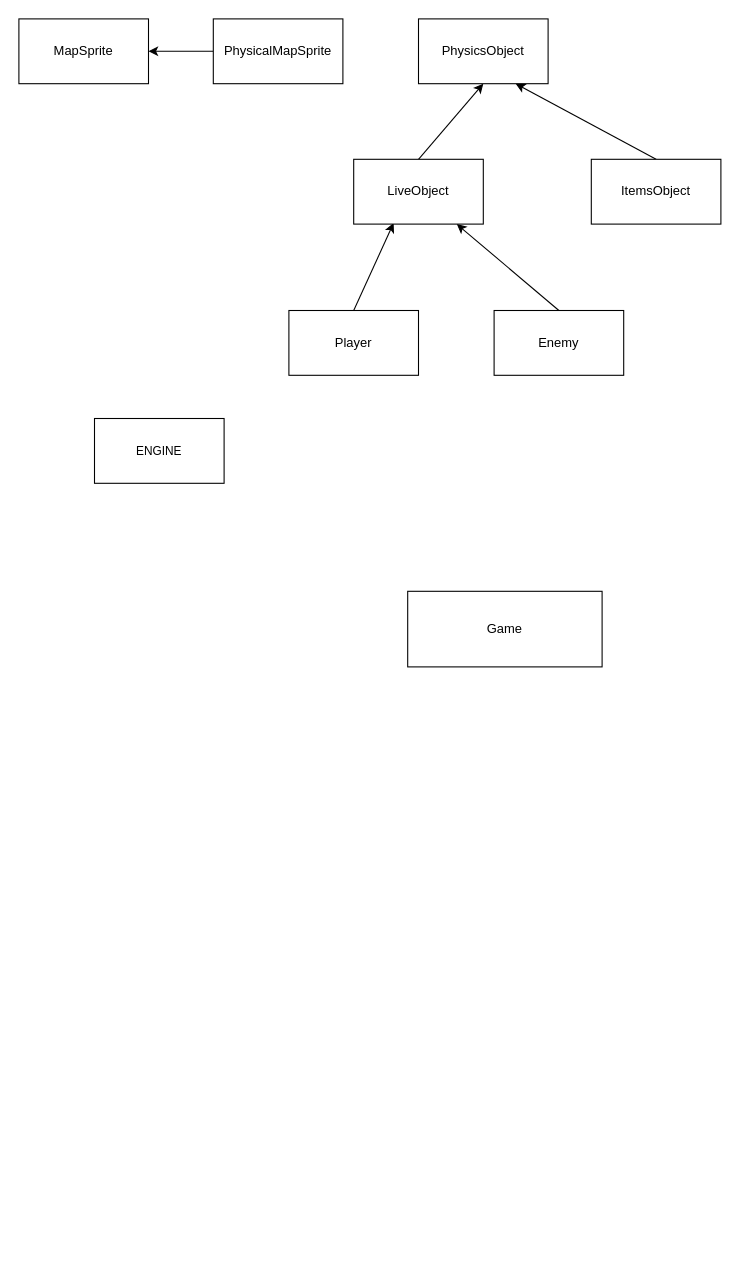
Above: Platformer.drawio in Nekit678/Platformer_Unibot (draw.io), before the change. Source tidied: cells renumbered, new cells numbered last; positions are measured from the earlier drawing's top-left corner, leaving out a move shared by most shapes. Both pictures are drawn from the tidied source at 108%, with x=0, y=0 at pixel (18, 18).
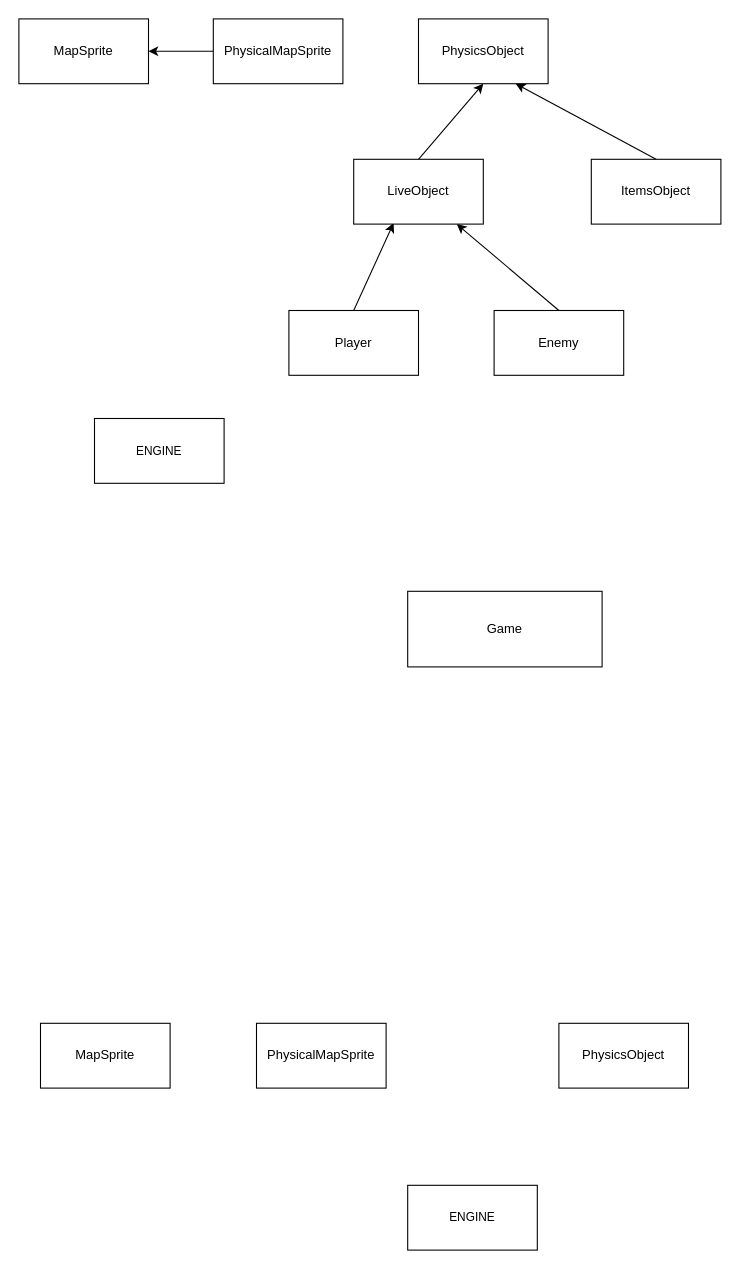
After the change.

The edit, as a diff of the source:
```diff
@@
 <mxGraphModel>
   <root>
     <mxCell id="0" />
     <mxCell id="1" parent="0" />
     <mxCell id="2" value="MapSprite" style="rounded=0;whiteSpace=wrap;html=1;" parent="1" vertex="1">
       <mxGeometry width="120" height="60" as="geometry" />
     </mxCell>
     <mxCell id="3" style="rounded=0;jettySize=auto;html=1;exitX=0;exitY=0.5;exitDx=0;exitDy=0;" parent="1" edge="1" source="4" target="2">
       <mxGeometry relative="1" as="geometry" />
     </mxCell>
     <mxCell id="4" value="PhysicalMapSprite" style="rounded=0;whiteSpace=wrap;html=1;" parent="1" vertex="1">
       <mxGeometry x="180" width="120" height="60" as="geometry" />
     </mxCell>
     <mxCell id="5" value="Game" style="rounded=0;whiteSpace=wrap;html=1;" parent="1" vertex="1">
       <mxGeometry x="360" y="530" width="180" height="70" as="geometry" />
     </mxCell>
     <mxCell id="6" style="edgeStyle=none;shape=connector;rounded=0;jettySize=auto;html=1;exitX=0.5;exitY=0;exitDx=0;exitDy=0;labelBackgroundColor=default;strokeColor=default;fontFamily=Helvetica;fontSize=11;fontColor=default;endArrow=classic;" parent="1" edge="1" source="7" target="11">
       <mxGeometry relative="1" as="geometry" />
     </mxCell>
     <mxCell id="7" value="Enemy" style="rounded=0;whiteSpace=wrap;html=1;" parent="1" vertex="1">
       <mxGeometry x="440" y="270" width="120" height="60" as="geometry" />
     </mxCell>
     <mxCell id="8" style="rounded=0;jettySize=auto;html=1;exitX=0.5;exitY=0;exitDx=0;exitDy=0;entryX=0.308;entryY=0.983;entryDx=0;entryDy=0;entryPerimeter=0;" parent="1" edge="1" source="9" target="11">
       <mxGeometry relative="1" as="geometry" />
     </mxCell>
     <mxCell id="9" value="Player" style="rounded=0;whiteSpace=wrap;html=1;" parent="1" vertex="1">
       <mxGeometry x="250" y="270" width="120" height="60" as="geometry" />
     </mxCell>
     <mxCell id="10" style="rounded=0;jettySize=auto;html=1;exitX=0.5;exitY=0;exitDx=0;exitDy=0;entryX=0.5;entryY=1;entryDx=0;entryDy=0;" parent="1" edge="1" source="11" target="13">
       <mxGeometry relative="1" as="geometry" />
     </mxCell>
     <mxCell id="11" value="LiveObject" style="rounded=0;whiteSpace=wrap;html=1;" parent="1" vertex="1">
       <mxGeometry x="310" y="130" width="120" height="60" as="geometry" />
     </mxCell>
     <mxCell id="12" value="ENGINE" style="rounded=0;whiteSpace=wrap;html=1;fontFamily=Helvetica;fontSize=11;fontColor=default;" parent="1" vertex="1">
       <mxGeometry x="70" y="370" width="120" height="60" as="geometry" />
     </mxCell>
     <mxCell id="13" value="PhysicsObject" style="rounded=0;whiteSpace=wrap;html=1;" parent="1" vertex="1">
       <mxGeometry x="370" width="120" height="60" as="geometry" />
     </mxCell>
     <mxCell id="14" style="rounded=0;jettySize=auto;html=1;exitX=0.5;exitY=0;exitDx=0;exitDy=0;entryX=0.75;entryY=1;entryDx=0;entryDy=0;" parent="1" edge="1" source="15" target="13">
       <mxGeometry relative="1" as="geometry" />
     </mxCell>
     <mxCell id="15" value="ItemsObject" style="rounded=0;whiteSpace=wrap;html=1;" parent="1" vertex="1">
       <mxGeometry x="530" y="130" width="120" height="60" as="geometry" />
     </mxCell>
+    <mxCell id="16" value="MapSprite" style="rounded=0;whiteSpace=wrap;html=1;" parent="1" vertex="1">
+      <mxGeometry x="20" y="930" width="120" height="60" as="geometry" />
+    </mxCell>
+    <mxCell id="17" value="PhysicalMapSprite" style="rounded=0;whiteSpace=wrap;html=1;" parent="1" vertex="1">
+      <mxGeometry x="220" y="930" width="120" height="60" as="geometry" />
+    </mxCell>
+    <mxCell id="18" value="PhysicsObject" style="rounded=0;whiteSpace=wrap;html=1;" parent="1" vertex="1">
+      <mxGeometry x="500" y="930" width="120" height="60" as="geometry" />
+    </mxCell>
+    <mxCell id="19" value="ENGINE" style="rounded=0;whiteSpace=wrap;html=1;fontFamily=Helvetica;fontSize=11;fontColor=default;" parent="1" vertex="1">
+      <mxGeometry x="360" y="1080" width="120" height="60" as="geometry" />
+    </mxCell>
   </root>
 </mxGraphModel>
```
